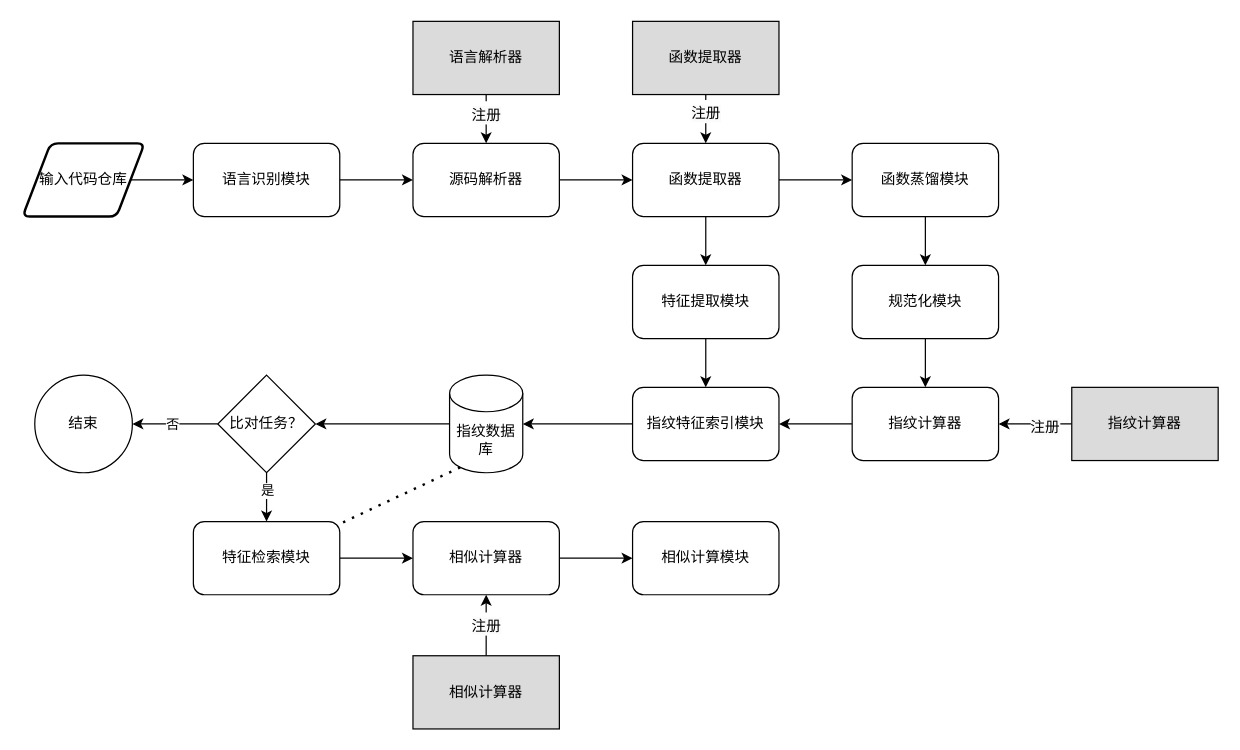
The draw.io diagram 系统实现图.drawio in wanghaoxu001/cloudimg, before the edit. Source tidied: cells renumbered, new cells numbered last; positions are measured from the earlier drawing's top-left corner, leaving out a move shared by most shapes. Both pictures are drawn from the tidied source at 122%, with x=0, y=0 at pixel (22, 21).
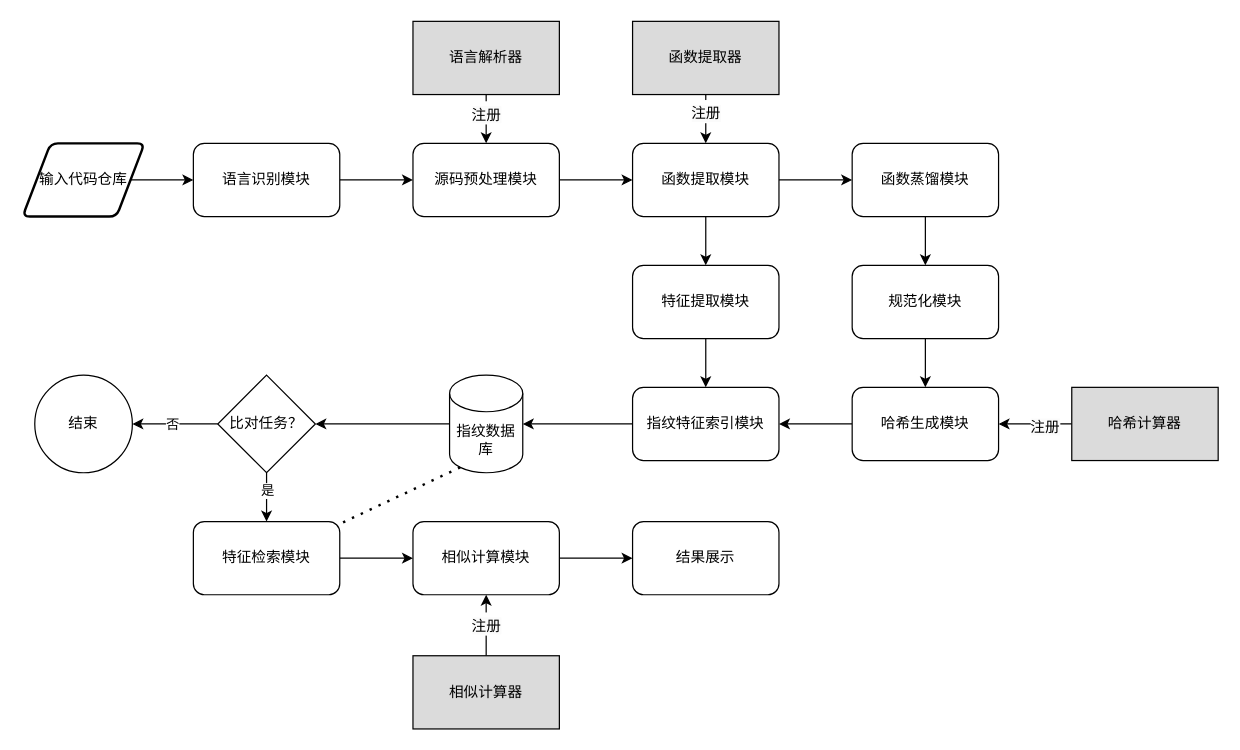
The same page after the edit.

Commit message:
更新系统实现图.drawio

Change to the diagram source:
```diff
@@
-    <mxCell id="7" value="源码解析器" style="rounded=1;whiteSpace=wrap;html=1;" parent="1" vertex="1">
+    <mxCell id="7" value="源码预处理模块" style="rounded=1;whiteSpace=wrap;html=1;" parent="1" vertex="1">
       <mxGeometry x="320" y="100" width="120" height="60" as="geometry" />
     </mxCell>
@@
-    <mxCell id="10" value="函数提取器" style="rounded=1;whiteSpace=wrap;html=1;" parent="1" vertex="1">
+    <mxCell id="10" value="函数提取模块" style="rounded=1;whiteSpace=wrap;html=1;" parent="1" vertex="1">
       <mxGeometry x="500" y="100" width="120" height="60" as="geometry" />
     </mxCell>
@@
-    <mxCell id="16" value="指纹计算器" style="rounded=1;whiteSpace=wrap;html=1;" parent="1" vertex="1">
+    <mxCell id="16" value="哈希生成模块" style="rounded=1;whiteSpace=wrap;html=1;" parent="1" vertex="1">
       <mxGeometry x="680" y="300" width="120" height="60" as="geometry" />
     </mxCell>
@@
-    <mxCell id="32" value="相似计算器" style="rounded=1;whiteSpace=wrap;html=1;" parent="1" vertex="1">
+    <mxCell id="32" value="相似计算模块" style="rounded=1;whiteSpace=wrap;html=1;" parent="1" vertex="1">
       <mxGeometry x="320" y="410" width="120" height="60" as="geometry" />
     </mxCell>
@@
-    <mxCell id="42" value="指纹计算器" style="rounded=0;whiteSpace=wrap;html=1;fillColor=#DBDBDB;" parent="1" vertex="1">
+    <mxCell id="42" value="哈希计算器" style="rounded=0;whiteSpace=wrap;html=1;fillColor=#DBDBDB;" parent="1" vertex="1">
       <mxGeometry x="860" y="300" width="120" height="60" as="geometry" />
     </mxCell>
@@
-    <mxCell id="46" value="相似计算模块" style="rounded=1;whiteSpace=wrap;html=1;" parent="1" vertex="1">
+    <mxCell id="46" value="结果展示" style="rounded=1;whiteSpace=wrap;html=1;" parent="1" vertex="1">
       <mxGeometry x="500" y="410" width="120" height="60" as="geometry" />
     </mxCell>
```
